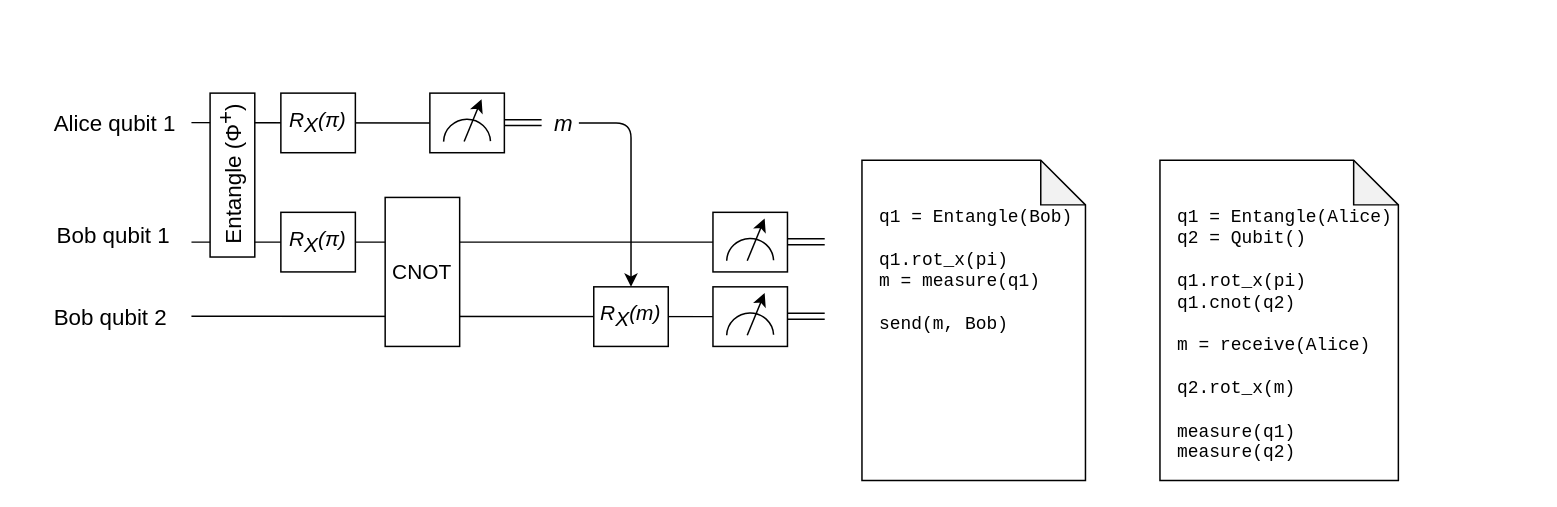
Before: figures/background/2node_circuit.drawio in bvdvecht/phd-thesis, a draw.io diagram. Source tidied: cells renumbered, new cells numbered last; positions are measured from the earlier drawing's top-left corner, leaving out a move shared by most shapes. Both pictures are drawn from the tidied source at 149%, with x=0, y=0 at pixel (54, 92).
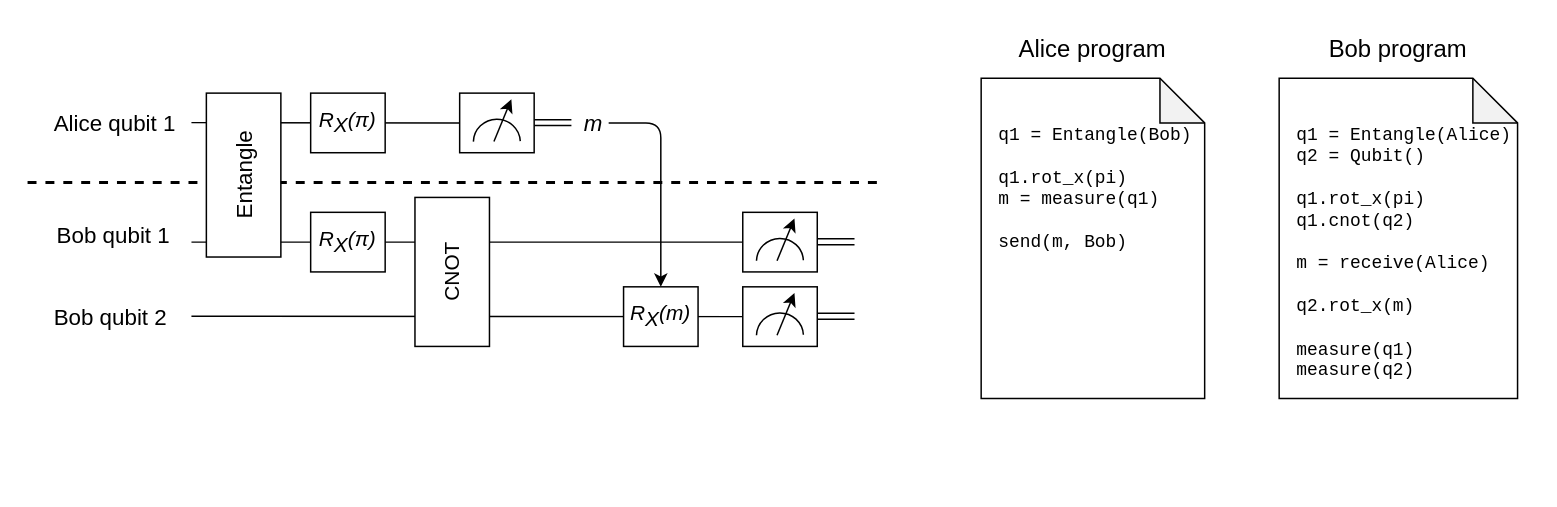
The same diagram, later.

The edit, as a diff of the source:
```diff
@@
+    <mxCell id="41" style="endArrow=none;html=1;dashed=1;strokeWidth=2;" parent="1" edge="1">
+      <mxGeometry relative="1" as="geometry">
+        <mxPoint x="-18" y="60" as="sourcePoint" />
+        <mxPoint x="552" y="60" as="targetPoint" />
+      </mxGeometry>
+    </mxCell>
     <mxCell id="2" style="shape=note;whiteSpace=wrap;html=1;backgroundOutline=1;darkOpacity=0.05;" parent="1" vertex="1">
-      <mxGeometry x="542" y="45" width="150" height="215" as="geometry" />
+      <mxGeometry x="622" y="-10" width="150" height="215" as="geometry" />
     </mxCell>
@@
     <mxCell id="5" style="edgeStyle=none;html=1;shadow=0;fontFamily=DejaVu Sans;fontSize=15;entryX=0.5;entryY=0;entryDx=0;entryDy=0;exitX=1;exitY=0.5;exitDx=0;exitDy=0;" parent="1" edge="1" source="7" target="23">
       <mxGeometry relative="1" as="geometry">
         <Array as="points">
-          <mxPoint x="387" y="20" />
+          <mxPoint x="407" y="20" />
         </Array>
       </mxGeometry>
     </mxCell>
     <mxCell id="6" style="rounded=0;whiteSpace=wrap;html=1;strokeWidth=1;fontFamily=Helvetica;fontSize=15;align=center;spacing=0;horizontal=0;shadow=0;" parent="1" vertex="1">
-      <mxGeometry x="104.5" width="30" height="110" as="geometry" />
+      <mxGeometry x="102" width="50" height="110" as="geometry" />
     </mxCell>
     <mxCell id="7" value="&lt;i style=&quot;font-size: 15px;&quot;&gt;m&lt;/i&gt;" style="text;html=1;strokeColor=none;fillColor=none;align=center;verticalAlign=middle;whiteSpace=wrap;rounded=0;fontFamily=Helvetica;fontSize=15;spacing=0;shadow=0;" parent="1" vertex="1">
-      <mxGeometry x="332" y="10" width="20" height="20" as="geometry" />
+      <mxGeometry x="352" y="10" width="20" height="20" as="geometry" />
     </mxCell>
@@
     <mxCell id="10" style="endArrow=none;html=1;exitX=1;exitY=0.5;exitDx=0;exitDy=0;shape=link;shadow=0;fontFamily=DejaVu Sans;fontSize=15;" parent="1" edge="1">
       <mxGeometry relative="1" as="geometry">
-        <mxPoint x="302" y="19.8" as="sourcePoint" />
-        <mxPoint x="327" y="19.8" as="targetPoint" />
+        <mxPoint x="322" y="19.8" as="sourcePoint" />
+        <mxPoint x="347" y="19.8" as="targetPoint" />
       </mxGeometry>
     </mxCell>
-    <mxCell id="11" value="&#10;&lt;span style=&quot;color: rgb(0, 0, 0); font-family: Helvetica; font-size: 15px; font-style: normal; font-variant-ligatures: normal; font-variant-caps: normal; font-weight: 400; letter-spacing: normal; orphans: 2; text-align: center; text-indent: 0px; text-transform: none; widows: 2; word-spacing: 0px; -webkit-text-stroke-width: 0px; background-color: rgb(255, 255, 255); text-decoration-thickness: initial; text-decoration-style: initial; text-decoration-color: initial; float: none; display: inline !important;&quot;&gt;Entangle (Φ&lt;/span&gt;&lt;sup style=&quot;border-color: var(--border-color); color: rgb(0, 0, 0); font-family: Helvetica; font-style: normal; font-variant-ligatures: normal; font-variant-caps: normal; font-weight: 400; letter-spacing: normal; orphans: 2; text-align: center; text-indent: 0px; text-transform: none; widows: 2; word-spacing: 0px; -webkit-text-stroke-width: 0px; text-decoration-thickness: initial; text-decoration-style: initial; text-decoration-color: initial; font-size: 15px;&quot;&gt;+&lt;/sup&gt;&lt;span style=&quot;color: rgb(0, 0, 0); font-family: Helvetica; font-size: 15px; font-style: normal; font-variant-ligatures: normal; font-variant-caps: normal; font-weight: 400; letter-spacing: normal; orphans: 2; text-align: center; text-indent: 0px; text-transform: none; widows: 2; word-spacing: 0px; -webkit-text-stroke-width: 0px; background-color: rgb(255, 255, 255); text-decoration-thickness: initial; text-decoration-style: initial; text-decoration-color: initial; float: none; display: inline !important;&quot;&gt;)&lt;/span&gt;&#10;&#10;" style="text;html=1;strokeColor=none;fillColor=none;align=center;verticalAlign=middle;whiteSpace=wrap;rounded=0;fontFamily=Helvetica;horizontal=0;" parent="1" vertex="1">
-      <mxGeometry x="114.5" width="20" height="110" as="geometry" />
+    <mxCell id="11" value="&lt;span style=&quot;color: rgb(0, 0, 0); font-family: Helvetica; font-size: 15px; font-style: normal; font-variant-ligatures: normal; font-variant-caps: normal; font-weight: 400; letter-spacing: normal; orphans: 2; text-align: center; text-indent: 0px; text-transform: none; widows: 2; word-spacing: 0px; -webkit-text-stroke-width: 0px; background-color: rgb(255, 255, 255); text-decoration-thickness: initial; text-decoration-style: initial; text-decoration-color: initial; float: none; display: inline !important;&quot;&gt;Entangle&lt;/span&gt;" style="text;html=1;strokeColor=none;fillColor=none;align=center;verticalAlign=middle;whiteSpace=wrap;rounded=0;fontFamily=Helvetica;horizontal=0;" parent="1" vertex="1">
+      <mxGeometry x="117" width="20" height="110" as="geometry" />
     </mxCell>
@@
     <mxCell id="14" value="&lt;i style=&quot;font-size: 14px;&quot;&gt;R&lt;sub style=&quot;font-size: 14px;&quot;&gt;X&lt;/sub&gt;(π)&lt;/i&gt;" style="rounded=0;whiteSpace=wrap;html=1;strokeWidth=1;fontFamily=Helvetica;fontSize=14;align=center;spacing=0;horizontal=1;shadow=0;" parent="1" vertex="1">
-      <mxGeometry x="152" y="80" width="50" height="40" as="geometry" />
+      <mxGeometry x="172" y="80" width="50" height="40" as="geometry" />
     </mxCell>
     <mxCell id="15" value="&lt;i style=&quot;font-size: 14px;&quot;&gt;R&lt;sub style=&quot;font-size: 14px;&quot;&gt;X&lt;/sub&gt;(π)&lt;/i&gt;" style="rounded=0;whiteSpace=wrap;html=1;strokeWidth=1;fontFamily=Helvetica;fontSize=14;align=center;spacing=0;horizontal=1;shadow=0;" parent="1" vertex="1">
-      <mxGeometry x="152" width="50" height="40" as="geometry" />
+      <mxGeometry x="172" width="50" height="40" as="geometry" />
     </mxCell>
     <mxCell id="16" style="group;shadow=0;fontFamily=DejaVu Sans;fontSize=15;" parent="1" vertex="1">
-      <mxGeometry x="252" width="55" height="48.5" as="geometry" />
+      <mxGeometry x="272" width="55" height="48.5" as="geometry" />
     </mxCell>
@@
-    <mxCell id="22" value="CNOT" style="rounded=0;whiteSpace=wrap;html=1;strokeWidth=1;fontFamily=Helvetica;fontSize=14;align=center;spacing=0;horizontal=1;shadow=0;" parent="1" vertex="1">
-      <mxGeometry x="222" y="70" width="50" height="100" as="geometry" />
+    <mxCell id="22" value="CNOT" style="rounded=0;whiteSpace=wrap;html=1;strokeWidth=1;fontFamily=Helvetica;fontSize=14;align=center;spacing=0;horizontal=0;shadow=0;" parent="1" vertex="1">
+      <mxGeometry x="242" y="70" width="50" height="100" as="geometry" />
     </mxCell>
     <mxCell id="23" value="&lt;i style=&quot;font-size: 14px;&quot;&gt;R&lt;sub style=&quot;font-size: 14px;&quot;&gt;X&lt;/sub&gt;(m)&lt;/i&gt;" style="rounded=0;whiteSpace=wrap;html=1;strokeWidth=1;fontFamily=Helvetica;fontSize=14;align=center;spacing=0;horizontal=1;shadow=0;" parent="1" vertex="1">
-      <mxGeometry x="362" y="130" width="50" height="40" as="geometry" />
+      <mxGeometry x="382" y="130" width="50" height="40" as="geometry" />
     </mxCell>
     <mxCell id="24" style="group;shadow=0;fontFamily=DejaVu Sans;fontSize=15;" parent="1" vertex="1">
-      <mxGeometry x="442" y="80" width="55" height="48.5" as="geometry" />
+      <mxGeometry x="462" y="80" width="55" height="48.5" as="geometry" />
     </mxCell>
@@
     <mxCell id="31" style="group;shadow=0;fontFamily=DejaVu Sans;fontSize=15;" parent="1" vertex="1">
-      <mxGeometry x="442" y="130" width="55" height="48.5" as="geometry" />
+      <mxGeometry x="462" y="130" width="55" height="48.5" as="geometry" />
     </mxCell>
@@
     <mxCell id="37" style="endArrow=none;html=1;exitX=1;exitY=0.5;exitDx=0;exitDy=0;shape=link;shadow=0;fontFamily=DejaVu Sans;fontSize=15;" parent="1" edge="1">
       <mxGeometry relative="1" as="geometry">
-        <mxPoint x="492" y="149.7" as="sourcePoint" />
-        <mxPoint x="517" y="149.7" as="targetPoint" />
+        <mxPoint x="512" y="149.7" as="sourcePoint" />
+        <mxPoint x="537" y="149.7" as="targetPoint" />
       </mxGeometry>
     </mxCell>
     <mxCell id="38" value="q1 = Entangle(Bob)&lt;div&gt;&lt;br&gt;&lt;/div&gt;&lt;div&gt;q1.rot_x(pi)&lt;/div&gt;&lt;div&gt;m = measure(q1)&lt;/div&gt;&lt;div&gt;&lt;br&gt;&lt;/div&gt;&lt;div&gt;send(m, Bob)&lt;/div&gt;" style="text;html=1;align=left;verticalAlign=top;whiteSpace=wrap;rounded=0;fontFamily=Courier New;" parent="1" vertex="1">
-      <mxGeometry x="552" y="70" width="140" height="120" as="geometry" />
+      <mxGeometry x="632" y="15" width="140" height="120" as="geometry" />
     </mxCell>
     <mxCell id="39" style="shape=note;whiteSpace=wrap;html=1;backgroundOutline=1;darkOpacity=0.05;" parent="1" vertex="1">
-      <mxGeometry x="742" y="45" width="160" height="215" as="geometry" />
+      <mxGeometry x="822" y="-10" width="160" height="215" as="geometry" />
     </mxCell>
     <mxCell id="40" value="q1 = Entangle(Alice)&lt;div&gt;q2 = Qubit()&lt;br&gt;&lt;div&gt;&lt;br&gt;&lt;/div&gt;&lt;div&gt;q1.rot_x(pi)&lt;/div&gt;&lt;div&gt;q1.cnot(q2)&lt;/div&gt;&lt;div&gt;&lt;br&gt;&lt;/div&gt;&lt;div&gt;m = receive(Alice)&lt;/div&gt;&lt;div&gt;&lt;br&gt;&lt;/div&gt;&lt;div&gt;q2.rot_x(m)&lt;/div&gt;&lt;/div&gt;&lt;div&gt;&lt;br&gt;&lt;/div&gt;&lt;div&gt;measure(q1)&lt;/div&gt;&lt;div&gt;measure(q2)&lt;/div&gt;" style="text;html=1;align=left;verticalAlign=top;whiteSpace=wrap;rounded=0;fontFamily=Courier New;" parent="1" vertex="1">
-      <mxGeometry x="752" y="70" width="160" height="190" as="geometry" />
+      <mxGeometry x="832" y="15" width="160" height="190" as="geometry" />
     </mxCell>
+    <mxCell id="42" value="Alice program" style="text;html=1;strokeColor=none;fillColor=none;align=center;verticalAlign=middle;whiteSpace=wrap;rounded=0;fontSize=16;" parent="1" vertex="1">
+      <mxGeometry x="637" y="-45" width="120" height="30" as="geometry" />
+    </mxCell>
+    <mxCell id="43" value="Bob program" style="text;html=1;strokeColor=none;fillColor=none;align=center;verticalAlign=middle;whiteSpace=wrap;rounded=0;fontSize=16;" parent="1" vertex="1">
+      <mxGeometry x="842" y="-45" width="120" height="30" as="geometry" />
+    </mxCell>
```
